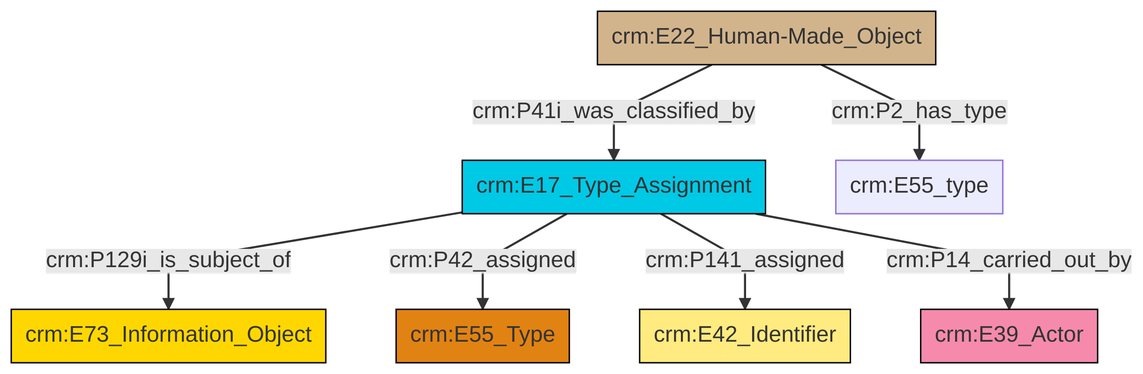
swiss-art-research-net/docs.swissartresearch keeps this Mermaid diagram as et/builtWorkCSV/ttl/mmd/png/Built_Work_designation_status.png. Above is the earlier version. Its source is kept beside it as et/builtWorkCSV/ttl/mmd/Built_Work_designation_status.ttl.mmd.
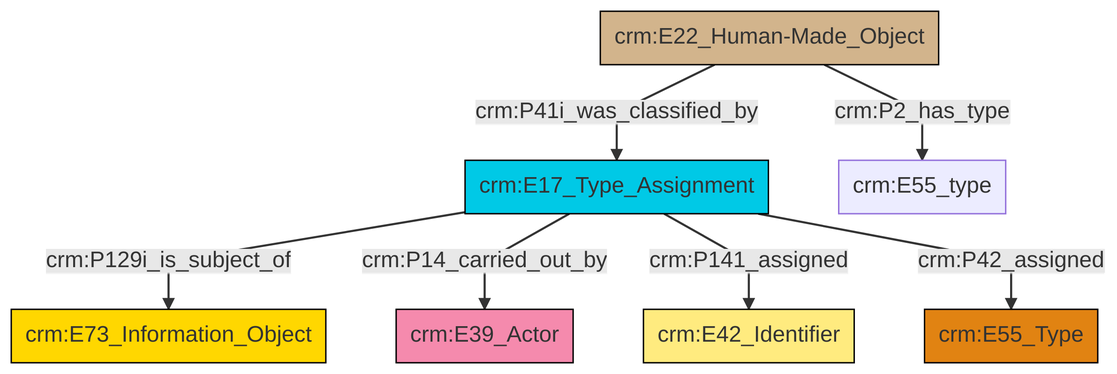
Later version of the same file.

The edit, as a diff of the source:
```diff
@@ -13,9 +13,9 @@
 classDef PC_Classes fill:#4ce600, stroke:#000000;
 classDef Multi fill:#cccccc,stroke:#000000;
 
-9["crm:E22_Human-Made_Object"]:::Physical_Thing -->|crm:P2_has_type| 10["crm:E55_type"]:::Default
-9["crm:E22_Human-Made_Object"]:::Physical_Thing -->|crm:P41i_was_classified_by| 5["crm:E17_Type_Assignment"]:::Temporal_Entity
-5["crm:E17_Type_Assignment"]:::Temporal_Entity -->|crm:P129i_is_subject_of| 7["crm:E73_Information_Object"]:::Conceptual_Object
-5["crm:E17_Type_Assignment"]:::Temporal_Entity -->|crm:P42_assigned| 0["crm:E55_Type"]:::Type
-5["crm:E17_Type_Assignment"]:::Temporal_Entity -->|crm:P141_assigned| 11["crm:E42_Identifier"]:::Appellation
-5["crm:E17_Type_Assignment"]:::Temporal_Entity -->|crm:P14_carried_out_by| 2["crm:E39_Actor"]:::Actor
+2["crm:E17_Type_Assignment"]:::Temporal_Entity -->|crm:P129i_is_subject_of| 3["crm:E73_Information_Object"]:::Conceptual_Object
+2["crm:E17_Type_Assignment"]:::Temporal_Entity -->|crm:P14_carried_out_by| 7["crm:E39_Actor"]:::Actor
+0["crm:E22_Human-Made_Object"]:::Physical_Thing -->|crm:P2_has_type| 8["crm:E55_type"]:::Default
+0["crm:E22_Human-Made_Object"]:::Physical_Thing -->|crm:P41i_was_classified_by| 2["crm:E17_Type_Assignment"]:::Temporal_Entity
+2["crm:E17_Type_Assignment"]:::Temporal_Entity -->|crm:P141_assigned| 9["crm:E42_Identifier"]:::Appellation
+2["crm:E17_Type_Assignment"]:::Temporal_Entity -->|crm:P42_assigned| 5["crm:E55_Type"]:::Type
```
